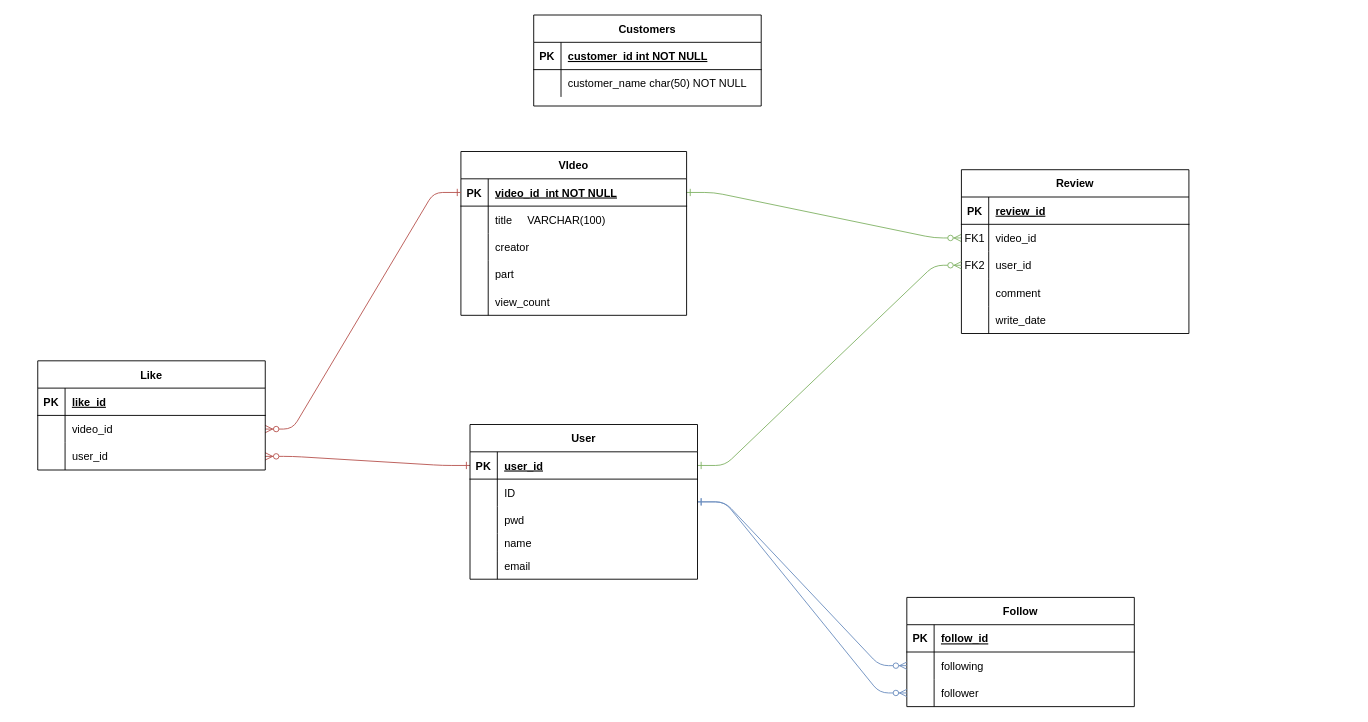
Above: 제목 없는 다이어그램.drawio in jooooooowon/database- (draw.io), before the change. Source tidied: cells renumbered, new cells numbered last; positions are measured from the earlier drawing's top-left corner, leaving out a move shared by most shapes. Both pictures are drawn from the tidied source at 91%, with x=0, y=0 at pixel (37, 15).
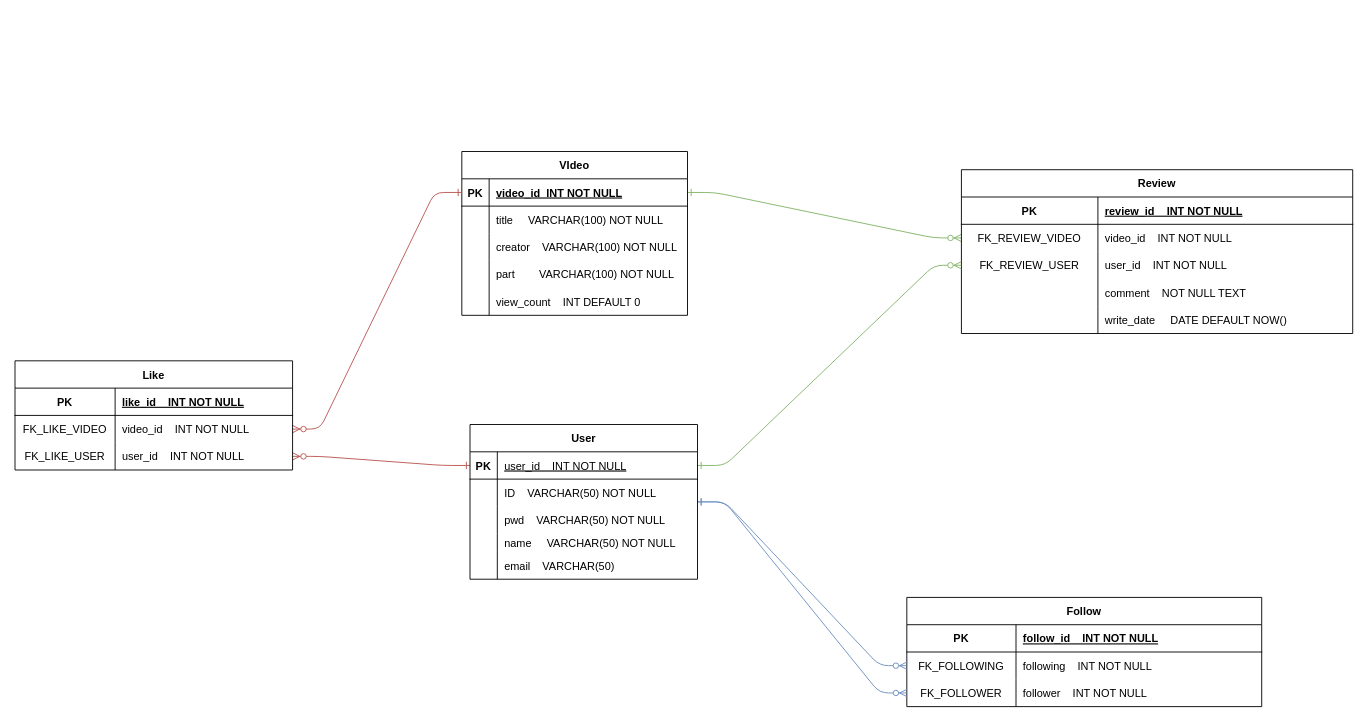
The same page after the edit.

The change refers to these unchanged cells:
```xml
<mxCell id="4" style="shape=partialRectangle;fillColor=none;points=[[0,0.5],[1,0.5]];portConstraint=eastwest;top=0;left=0;right=0;bottom=1;" parent="3" vertex="1">
  <mxGeometry y="30" width="248" height="30" as="geometry" />
</mxCell>
<mxCell id="7" style="shape=partialRectangle;fillColor=none;top=0;left=0;right=0;bottom=0;" parent="3" vertex="1">
  <mxGeometry y="60" width="248" height="30" as="geometry" />
</mxCell>
<mxCell id="10" style="shape=partialRectangle;fillColor=none;top=0;left=0;right=0;bottom=0;" parent="3" vertex="1">
  <mxGeometry y="90" width="248" height="30" as="geometry" />
</mxCell>
<mxCell id="13" style="shape=tableRow;horizontal=0;startSize=0;swimlaneHead=0;swimlaneBody=0;fillColor=none;top=0;left=0;right=0;bottom=0;" parent="3" vertex="1">
  <mxGeometry y="120" width="248" height="30" as="geometry" />
</mxCell>
<mxCell id="16" style="shape=tableRow;horizontal=0;startSize=0;swimlaneHead=0;swimlaneBody=0;fillColor=none;top=0;left=0;right=0;bottom=0;" parent="3" vertex="1">
  <mxGeometry y="150" width="248" height="30" as="geometry" />
</mxCell>
<mxCell id="58" style="shape=partialRectangle;fillColor=none;points=[[0,0.5],[1,0.5]];portConstraint=eastwest;top=0;left=0;right=0;bottom=1;" parent="57" vertex="1">
  <mxGeometry y="30" width="250" height="30" as="geometry" />
</mxCell>
<mxCell id="61" style="shape=partialRectangle;fillColor=none;top=0;left=0;right=0;bottom=0;" parent="57" vertex="1">
  <mxGeometry y="60" width="250" height="30" as="geometry" />
</mxCell>
<mxCell id="64" style="shape=partialRectangle;fillColor=none;top=0;left=0;right=0;bottom=0;" parent="57" vertex="1">
  <mxGeometry y="90" width="250" height="30" as="geometry" />
</mxCell>
<mxCell id="67" style="shape=tableRow;horizontal=0;startSize=0;swimlaneHead=0;swimlaneBody=0;fillColor=none;top=0;left=0;right=0;bottom=0;" parent="57" vertex="1">
  <mxGeometry y="120" width="250" height="20" as="geometry" />
</mxCell>
<mxCell id="70" style="shape=tableRow;horizontal=0;startSize=0;swimlaneHead=0;swimlaneBody=0;fillColor=none;top=0;left=0;right=0;bottom=0;" parent="57" vertex="1">
  <mxGeometry y="140" width="250" height="30" as="geometry" />
</mxCell>
```

Change to the diagram source:
```diff
@@
     <mxCell id="3" value="VIdeo" style="shape=table;startSize=30;childLayout=tableLayout;rowLines=0;fontStyle=1;align=center;" parent="1" vertex="1">
-      <mxGeometry x="465" y="150" width="248" height="180" as="geometry" />
+      <mxGeometry x="466" y="150" width="248" height="180" as="geometry" />
     </mxCell>
@@
-    <mxCell id="6" value="video_id  int NOT NULL" style="shape=partialRectangle;overflow=hidden;fillColor=none;top=0;left=0;bottom=0;right=0;align=left;spacingLeft=6;fontStyle=5;" parent="4" vertex="1">
+    <mxCell id="6" value="video_id  INT NOT NULL" style="shape=partialRectangle;overflow=hidden;fillColor=none;top=0;left=0;bottom=0;right=0;align=left;spacingLeft=6;fontStyle=5;" parent="4" vertex="1">
       <mxGeometry x="30" width="218" height="30" as="geometry" />
     </mxCell>
@@
-    <mxCell id="9" value="title     VARCHAR(100)" style="shape=partialRectangle;overflow=hidden;fillColor=none;top=0;left=0;bottom=0;right=0;align=left;spacingLeft=6;" parent="7" vertex="1">
+    <mxCell id="9" value="title     VARCHAR(100) NOT NULL" style="shape=partialRectangle;overflow=hidden;fillColor=none;top=0;left=0;bottom=0;right=0;align=left;spacingLeft=6;" parent="7" vertex="1">
       <mxGeometry x="30" width="218" height="30" as="geometry" />
     </mxCell>
@@
-    <mxCell id="12" value="creator" style="shape=partialRectangle;overflow=hidden;fillColor=none;top=0;left=0;bottom=0;right=0;align=left;spacingLeft=6;" parent="10" vertex="1">
+    <mxCell id="12" value="creator    VARCHAR(100) NOT NULL" style="shape=partialRectangle;overflow=hidden;fillColor=none;top=0;left=0;bottom=0;right=0;align=left;spacingLeft=6;" parent="10" vertex="1">
       <mxGeometry x="30" width="218" height="30" as="geometry" />
     </mxCell>
@@
-    <mxCell id="15" value="part" style="shape=partialRectangle;fillColor=none;top=0;left=0;bottom=0;right=0;align=left;spacingLeft=6;overflow=hidden;" parent="13" vertex="1">
+    <mxCell id="15" value="part        VARCHAR(100) NOT NULL" style="shape=partialRectangle;fillColor=none;top=0;left=0;bottom=0;right=0;align=left;spacingLeft=6;overflow=hidden;" parent="13" vertex="1">
       <mxGeometry x="30" width="218" height="30" as="geometry" />
     </mxCell>
@@
-    <mxCell id="18" value="view_count" style="shape=partialRectangle;fillColor=none;top=0;left=0;bottom=0;right=0;align=left;spacingLeft=6;overflow=hidden;" parent="16" vertex="1">
+    <mxCell id="18" value="view_count    INT DEFAULT 0" style="shape=partialRectangle;fillColor=none;top=0;left=0;bottom=0;right=0;align=left;spacingLeft=6;overflow=hidden;" parent="16" vertex="1">
       <mxGeometry x="30" width="218" height="30" as="geometry" />
     </mxCell>
     <mxCell id="19" value="Review" style="shape=table;startSize=30;childLayout=tableLayout;rowLines=0;fontStyle=1;align=center;" parent="1" vertex="1">
-      <mxGeometry x="1015" y="170" width="250" height="180" as="geometry" />
+      <mxGeometry x="1015" y="170" width="430" height="180" as="geometry" />
     </mxCell>
     <mxCell id="20" style="shape=partialRectangle;fillColor=none;top=0;left=0;right=0;bottom=1;" parent="19" vertex="1">
-      <mxGeometry y="30" width="250" height="30" as="geometry" />
+      <mxGeometry y="30" width="430" height="30" as="geometry" />
     </mxCell>
     <mxCell id="21" value="PK" style="shape=partialRectangle;overflow=hidden;fillColor=none;top=0;left=0;bottom=0;right=0;fontStyle=1;" parent="20" vertex="1">
-      <mxGeometry width="30" height="30" as="geometry" />
+      <mxGeometry width="150" height="30" as="geometry" />
     </mxCell>
-    <mxCell id="22" value="review_id" style="shape=partialRectangle;overflow=hidden;fillColor=none;top=0;left=0;bottom=0;right=0;align=left;spacingLeft=6;fontStyle=5;" parent="20" vertex="1">
-      <mxGeometry x="30" width="220" height="30" as="geometry" />
+    <mxCell id="22" value="review_id    INT NOT NULL" style="shape=partialRectangle;overflow=hidden;fillColor=none;top=0;left=0;bottom=0;right=0;align=left;spacingLeft=6;fontStyle=5;" parent="20" vertex="1">
+      <mxGeometry x="150" width="280" height="30" as="geometry" />
     </mxCell>
     <mxCell id="23" style="shape=partialRectangle;fillColor=none;points=[[0,0.5],[1,0.5]];portConstraint=eastwest;top=0;left=0;right=0;bottom=0;" parent="19" vertex="1">
-      <mxGeometry y="60" width="250" height="30" as="geometry" />
+      <mxGeometry y="60" width="430" height="30" as="geometry" />
     </mxCell>
-    <mxCell id="24" value="FK1" style="shape=partialRectangle;overflow=hidden;fillColor=none;top=0;left=0;bottom=0;right=0;" parent="23" vertex="1">
-      <mxGeometry width="30" height="30" as="geometry" />
+    <mxCell id="24" value="FK_REVIEW_VIDEO" style="shape=partialRectangle;overflow=hidden;fillColor=none;top=0;left=0;bottom=0;right=0;" parent="23" vertex="1">
+      <mxGeometry width="150" height="30" as="geometry" />
     </mxCell>
-    <mxCell id="25" value="video_id" style="shape=partialRectangle;overflow=hidden;fillColor=none;top=0;left=0;bottom=0;right=0;align=left;spacingLeft=6;" parent="23" vertex="1">
-      <mxGeometry x="30" width="220" height="30" as="geometry" />
+    <mxCell id="25" value="video_id    INT NOT NULL" style="shape=partialRectangle;overflow=hidden;fillColor=none;top=0;left=0;bottom=0;right=0;align=left;spacingLeft=6;" parent="23" vertex="1">
+      <mxGeometry x="150" width="280" height="30" as="geometry" />
     </mxCell>
     <mxCell id="26" style="shape=partialRectangle;fillColor=none;points=[[0,0.5],[1,0.5]];portConstraint=eastwest;top=0;left=0;right=0;bottom=0;" parent="19" vertex="1">
-      <mxGeometry y="90" width="250" height="30" as="geometry" />
+      <mxGeometry y="90" width="430" height="30" as="geometry" />
     </mxCell>
-    <mxCell id="27" value="FK2" style="shape=partialRectangle;overflow=hidden;fillColor=none;top=0;left=0;bottom=0;right=0;" parent="26" vertex="1">
-      <mxGeometry width="30" height="30" as="geometry" />
+    <mxCell id="27" value="FK_REVIEW_USER" style="shape=partialRectangle;overflow=hidden;fillColor=none;top=0;left=0;bottom=0;right=0;" parent="26" vertex="1">
+      <mxGeometry width="150" height="30" as="geometry" />
     </mxCell>
-    <mxCell id="28" value="user_id" style="shape=partialRectangle;overflow=hidden;fillColor=none;top=0;left=0;bottom=0;right=0;align=left;spacingLeft=6;" parent="26" vertex="1">
-      <mxGeometry x="30" width="220" height="30" as="geometry" />
+    <mxCell id="28" value="user_id    INT NOT NULL" style="shape=partialRectangle;overflow=hidden;fillColor=none;top=0;left=0;bottom=0;right=0;align=left;spacingLeft=6;" parent="26" vertex="1">
+      <mxGeometry x="150" width="280" height="30" as="geometry" />
     </mxCell>
     <mxCell id="29" style="shape=tableRow;horizontal=0;startSize=0;swimlaneHead=0;swimlaneBody=0;fillColor=none;top=0;left=0;right=0;bottom=0;" parent="19" vertex="1">
-      <mxGeometry y="120" width="250" height="30" as="geometry" />
+      <mxGeometry y="120" width="430" height="30" as="geometry" />
     </mxCell>
     <mxCell id="30" style="shape=partialRectangle;fillColor=none;top=0;left=0;bottom=0;right=0;overflow=hidden;" parent="29" vertex="1">
-      <mxGeometry width="30" height="30" as="geometry" />
+      <mxGeometry width="150" height="30" as="geometry" />
     </mxCell>
-    <mxCell id="31" value="comment" style="shape=partialRectangle;fillColor=none;top=0;left=0;bottom=0;right=0;align=left;spacingLeft=6;overflow=hidden;" parent="29" vertex="1">
-      <mxGeometry x="30" width="220" height="30" as="geometry" />
+    <mxCell id="31" value="comment    NOT NULL TEXT" style="shape=partialRectangle;fillColor=none;top=0;left=0;bottom=0;right=0;align=left;spacingLeft=6;overflow=hidden;" parent="29" vertex="1">
+      <mxGeometry x="150" width="280" height="30" as="geometry" />
     </mxCell>
     <mxCell id="32" style="shape=tableRow;horizontal=0;startSize=0;swimlaneHead=0;swimlaneBody=0;fillColor=none;top=0;left=0;right=0;bottom=0;" parent="19" vertex="1">
-      <mxGeometry y="150" width="250" height="30" as="geometry" />
+      <mxGeometry y="150" width="430" height="30" as="geometry" />
     </mxCell>
     <mxCell id="33" style="shape=partialRectangle;fillColor=none;top=0;left=0;bottom=0;right=0;overflow=hidden;" parent="32" vertex="1">
-      <mxGeometry width="30" height="30" as="geometry" />
+      <mxGeometry width="150" height="30" as="geometry" />
     </mxCell>
-    <mxCell id="34" value="write_date" style="shape=partialRectangle;fillColor=none;top=0;left=0;bottom=0;right=0;align=left;spacingLeft=6;overflow=hidden;" parent="32" vertex="1">
-      <mxGeometry x="30" width="220" height="30" as="geometry" />
+    <mxCell id="34" value="write_date     DATE DEFAULT NOW()" style="shape=partialRectangle;fillColor=none;top=0;left=0;bottom=0;right=0;align=left;spacingLeft=6;overflow=hidden;" parent="32" vertex="1">
+      <mxGeometry x="150" width="280" height="30" as="geometry" />
     </mxCell>
-    <mxCell id="35" value="Customers" style="shape=table;startSize=30;childLayout=tableLayout;rowLines=0;fontStyle=1;align=center;" parent="1" vertex="1">
-      <mxGeometry x="545" width="250" height="100" as="geometry" />
-    </mxCell>
-    <mxCell id="36" style="shape=partialRectangle;fillColor=none;top=0;left=0;right=0;bottom=1;" parent="35" vertex="1">
-      <mxGeometry y="30" width="250" height="30" as="geometry" />
-    </mxCell>
-    <mxCell id="37" value="PK" style="shape=partialRectangle;overflow=hidden;fillColor=none;top=0;left=0;bottom=0;right=0;fontStyle=1;" parent="36" vertex="1">
-      <mxGeometry width="30" height="30" as="geometry" />
-    </mxCell>
-    <mxCell id="38" value="customer_id int NOT NULL " style="shape=partialRectangle;overflow=hidden;fillColor=none;top=0;left=0;bottom=0;right=0;align=left;spacingLeft=6;fontStyle=5;" parent="36" vertex="1">
-      <mxGeometry x="30" width="220" height="30" as="geometry" />
-    </mxCell>
-    <mxCell id="39" style="shape=partialRectangle;fillColor=none;top=0;left=0;right=0;bottom=0;" parent="35" vertex="1">
-      <mxGeometry y="60" width="250" height="30" as="geometry" />
-    </mxCell>
-    <mxCell id="40" style="shape=partialRectangle;overflow=hidden;fillColor=none;top=0;left=0;bottom=0;right=0;" parent="39" vertex="1">
-      <mxGeometry width="30" height="30" as="geometry" />
-    </mxCell>
-    <mxCell id="41" value="customer_name char(50) NOT NULL" style="shape=partialRectangle;overflow=hidden;fillColor=none;top=0;left=0;bottom=0;right=0;align=left;spacingLeft=6;" parent="39" vertex="1">
-      <mxGeometry x="30" width="220" height="30" as="geometry" />
-    </mxCell>
@@
     <mxCell id="45" value="Follow" style="shape=table;startSize=30;childLayout=tableLayout;rowLines=0;fontStyle=1;align=center;" parent="1" vertex="1">
-      <mxGeometry x="955" y="640" width="250" height="120" as="geometry" />
+      <mxGeometry x="955" y="640" width="390" height="120" as="geometry" />
     </mxCell>
     <mxCell id="46" style="shape=partialRectangle;fillColor=none;top=0;left=0;right=0;bottom=1;" parent="45" vertex="1">
-      <mxGeometry y="30" width="250" height="30" as="geometry" />
+      <mxGeometry y="30" width="390" height="30" as="geometry" />
     </mxCell>
     <mxCell id="47" value="PK" style="shape=partialRectangle;overflow=hidden;fillColor=none;top=0;left=0;bottom=0;right=0;fontStyle=1;" parent="46" vertex="1">
-      <mxGeometry width="30" height="30" as="geometry" />
+      <mxGeometry width="120" height="30" as="geometry" />
     </mxCell>
-    <mxCell id="48" value="follow_id" style="shape=partialRectangle;overflow=hidden;fillColor=none;top=0;left=0;bottom=0;right=0;align=left;spacingLeft=6;fontStyle=5;" parent="46" vertex="1">
-      <mxGeometry x="30" width="220" height="30" as="geometry" />
+    <mxCell id="48" value="follow_id    INT NOT NULL" style="shape=partialRectangle;overflow=hidden;fillColor=none;top=0;left=0;bottom=0;right=0;align=left;spacingLeft=6;fontStyle=5;" parent="46" vertex="1">
+      <mxGeometry x="120" width="270" height="30" as="geometry" />
     </mxCell>
     <mxCell id="49" style="shape=partialRectangle;fillColor=none;points=[[0,0.5],[1,0.5]];portConstraint=eastwest;top=0;left=0;right=0;bottom=0;" parent="45" vertex="1">
-      <mxGeometry y="60" width="250" height="30" as="geometry" />
+      <mxGeometry y="60" width="390" height="30" as="geometry" />
     </mxCell>
-    <mxCell id="50" style="shape=partialRectangle;overflow=hidden;fillColor=none;top=0;left=0;bottom=0;right=0;" parent="49" vertex="1">
-      <mxGeometry width="30" height="30" as="geometry" />
+    <mxCell id="50" value="FK_FOLLOWING" style="shape=partialRectangle;overflow=hidden;fillColor=none;top=0;left=0;bottom=0;right=0;" parent="49" vertex="1">
+      <mxGeometry width="120" height="30" as="geometry" />
     </mxCell>
-    <mxCell id="51" value="following" style="shape=partialRectangle;overflow=hidden;fillColor=none;top=0;left=0;bottom=0;right=0;align=left;spacingLeft=6;" parent="49" vertex="1">
-      <mxGeometry x="30" width="220" height="30" as="geometry" />
+    <mxCell id="51" value="following    INT NOT NULL" style="shape=partialRectangle;overflow=hidden;fillColor=none;top=0;left=0;bottom=0;right=0;align=left;spacingLeft=6;" parent="49" vertex="1">
+      <mxGeometry x="120" width="270" height="30" as="geometry" />
     </mxCell>
     <mxCell id="52" style="shape=partialRectangle;fillColor=none;points=[[0,0.5],[1,0.5]];portConstraint=eastwest;top=0;left=0;right=0;bottom=0;" parent="45" vertex="1">
-      <mxGeometry y="90" width="250" height="30" as="geometry" />
+      <mxGeometry y="90" width="390" height="30" as="geometry" />
     </mxCell>
-    <mxCell id="53" style="shape=partialRectangle;overflow=hidden;fillColor=none;top=0;left=0;bottom=0;right=0;" parent="52" vertex="1">
-      <mxGeometry width="30" height="30" as="geometry" />
+    <mxCell id="53" value="FK_FOLLOWER" style="shape=partialRectangle;overflow=hidden;fillColor=none;top=0;left=0;bottom=0;right=0;" parent="52" vertex="1">
+      <mxGeometry width="120" height="30" as="geometry" />
     </mxCell>
-    <mxCell id="54" value="follower" style="shape=partialRectangle;overflow=hidden;fillColor=none;top=0;left=0;bottom=0;right=0;align=left;spacingLeft=6;" parent="52" vertex="1">
-      <mxGeometry x="30" width="220" height="30" as="geometry" />
+    <mxCell id="54" value="follower    INT NOT NULL" style="shape=partialRectangle;overflow=hidden;fillColor=none;top=0;left=0;bottom=0;right=0;align=left;spacingLeft=6;" parent="52" vertex="1">
+      <mxGeometry x="120" width="270" height="30" as="geometry" />
     </mxCell>
@@
-    <mxCell id="60" value="user_id" style="shape=partialRectangle;overflow=hidden;fillColor=none;top=0;left=0;bottom=0;right=0;align=left;spacingLeft=6;fontStyle=5;" parent="58" vertex="1">
+    <mxCell id="60" value="user_id    INT NOT NULL" style="shape=partialRectangle;overflow=hidden;fillColor=none;top=0;left=0;bottom=0;right=0;align=left;spacingLeft=6;fontStyle=4;" parent="58" vertex="1">
       <mxGeometry x="30" width="220" height="30" as="geometry" />
     </mxCell>
@@
-    <mxCell id="63" value="ID" style="shape=partialRectangle;overflow=hidden;fillColor=none;top=0;left=0;bottom=0;right=0;align=left;spacingLeft=6;" parent="61" vertex="1">
+    <mxCell id="63" value="ID    VARCHAR(50) NOT NULL" style="shape=partialRectangle;overflow=hidden;fillColor=none;top=0;left=0;bottom=0;right=0;align=left;spacingLeft=6;" parent="61" vertex="1">
       <mxGeometry x="30" width="220" height="30" as="geometry" />
     </mxCell>
@@
-    <mxCell id="66" value="pwd" style="shape=partialRectangle;overflow=hidden;fillColor=none;top=0;left=0;bottom=0;right=0;align=left;spacingLeft=6;" parent="64" vertex="1">
+    <mxCell id="66" value="pwd    VARCHAR(50) NOT NULL" style="shape=partialRectangle;overflow=hidden;fillColor=none;top=0;left=0;bottom=0;right=0;align=left;spacingLeft=6;" parent="64" vertex="1">
       <mxGeometry x="30" width="220" height="30" as="geometry" />
     </mxCell>
@@
-    <mxCell id="69" value="name" style="shape=partialRectangle;fillColor=none;top=0;left=0;bottom=0;right=0;align=left;spacingLeft=6;overflow=hidden;" parent="67" vertex="1">
+    <mxCell id="69" value="name     VARCHAR(50) NOT NULL" style="shape=partialRectangle;fillColor=none;top=0;left=0;bottom=0;right=0;align=left;spacingLeft=6;overflow=hidden;" parent="67" vertex="1">
       <mxGeometry x="30" width="220" height="20" as="geometry" />
     </mxCell>
@@
-    <mxCell id="72" value="email" style="shape=partialRectangle;fillColor=none;top=0;left=0;bottom=0;right=0;align=left;spacingLeft=6;overflow=hidden;" parent="70" vertex="1">
+    <mxCell id="72" value="email    VARCHAR(50)" style="shape=partialRectangle;fillColor=none;top=0;left=0;bottom=0;right=0;align=left;spacingLeft=6;overflow=hidden;" parent="70" vertex="1">
       <mxGeometry x="30" width="220" height="30" as="geometry" />
     </mxCell>
     <mxCell id="73" value="Like" style="shape=table;startSize=30;childLayout=tableLayout;rowLines=0;fontStyle=1;align=center;" parent="1" vertex="1">
-      <mxGeometry y="380" width="250" height="120" as="geometry" />
+      <mxGeometry x="-25" y="380" width="305" height="120" as="geometry" />
     </mxCell>
     <mxCell id="74" style="shape=partialRectangle;fillColor=none;top=0;left=0;right=0;bottom=1;" parent="73" vertex="1">
-      <mxGeometry y="30" width="250" height="30" as="geometry" />
+      <mxGeometry y="30" width="305" height="30" as="geometry" />
     </mxCell>
     <mxCell id="75" value="PK" style="shape=partialRectangle;overflow=hidden;fillColor=none;top=0;left=0;bottom=0;right=0;fontStyle=1;" parent="74" vertex="1">
-      <mxGeometry width="30" height="30" as="geometry" />
+      <mxGeometry width="110" height="30" as="geometry" />
     </mxCell>
-    <mxCell id="76" value="like_id" style="shape=partialRectangle;overflow=hidden;fillColor=none;top=0;left=0;bottom=0;right=0;align=left;spacingLeft=6;fontStyle=5;" parent="74" vertex="1">
-      <mxGeometry x="30" width="220" height="30" as="geometry" />
+    <mxCell id="76" value="like_id    INT NOT NULL" style="shape=partialRectangle;overflow=hidden;fillColor=none;top=0;left=0;bottom=0;right=0;align=left;spacingLeft=6;fontStyle=5;" parent="74" vertex="1">
+      <mxGeometry x="110" width="195" height="30" as="geometry" />
     </mxCell>
     <mxCell id="77" style="shape=partialRectangle;fillColor=none;points=[[0,0.5],[1,0.5]];portConstraint=eastwest;top=0;left=0;right=0;bottom=0;" parent="73" vertex="1">
-      <mxGeometry y="60" width="250" height="30" as="geometry" />
+      <mxGeometry y="60" width="305" height="30" as="geometry" />
     </mxCell>
-    <mxCell id="78" style="shape=partialRectangle;overflow=hidden;fillColor=none;top=0;left=0;bottom=0;right=0;" parent="77" vertex="1">
-      <mxGeometry width="30" height="30" as="geometry" />
+    <mxCell id="78" value="FK_LIKE_VIDEO" style="shape=partialRectangle;overflow=hidden;fillColor=none;top=0;left=0;bottom=0;right=0;" parent="77" vertex="1">
+      <mxGeometry width="110" height="30" as="geometry" />
     </mxCell>
-    <mxCell id="79" value="video_id" style="shape=partialRectangle;overflow=hidden;fillColor=none;top=0;left=0;bottom=0;right=0;align=left;spacingLeft=6;" parent="77" vertex="1">
-      <mxGeometry x="30" width="220" height="30" as="geometry" />
+    <mxCell id="79" value="video_id    INT NOT NULL" style="shape=partialRectangle;overflow=hidden;fillColor=none;top=0;left=0;bottom=0;right=0;align=left;spacingLeft=6;" parent="77" vertex="1">
+      <mxGeometry x="110" width="195" height="30" as="geometry" />
     </mxCell>
     <mxCell id="80" style="shape=partialRectangle;fillColor=none;points=[[0,0.5],[1,0.5]];portConstraint=eastwest;top=0;left=0;right=0;bottom=0;" parent="73" vertex="1">
-      <mxGeometry y="90" width="250" height="30" as="geometry" />
+      <mxGeometry y="90" width="305" height="30" as="geometry" />
     </mxCell>
-    <mxCell id="81" style="shape=partialRectangle;overflow=hidden;fillColor=none;top=0;left=0;bottom=0;right=0;" parent="80" vertex="1">
-      <mxGeometry width="30" height="30" as="geometry" />
+    <mxCell id="81" value="FK_LIKE_USER" style="shape=partialRectangle;overflow=hidden;fillColor=none;top=0;left=0;bottom=0;right=0;" parent="80" vertex="1">
+      <mxGeometry width="110" height="30" as="geometry" />
     </mxCell>
-    <mxCell id="82" value="user_id" style="shape=partialRectangle;overflow=hidden;fillColor=none;top=0;left=0;bottom=0;right=0;align=left;spacingLeft=6;" parent="80" vertex="1">
-      <mxGeometry x="30" width="220" height="30" as="geometry" />
+    <mxCell id="82" value="user_id    INT NOT NULL" style="shape=partialRectangle;overflow=hidden;fillColor=none;top=0;left=0;bottom=0;right=0;align=left;spacingLeft=6;" parent="80" vertex="1">
+      <mxGeometry x="110" width="195" height="30" as="geometry" />
     </mxCell>
```
